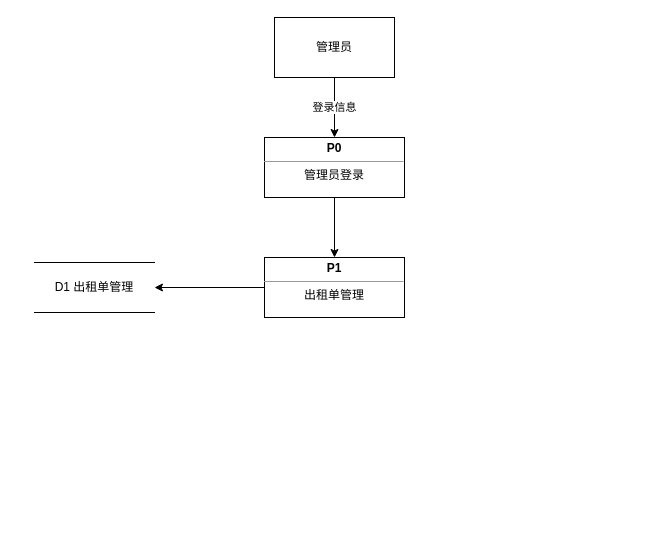
Before: 第0层数据流图.drawio in syc0403/syc0403, a draw.io diagram. Source tidied: cells renumbered, new cells numbered last; positions are measured from the earlier drawing's top-left corner, leaving out a move shared by most shapes. Both pictures are drawn from the tidied source at 100%, with x=0, y=0 at pixel (34, 17).
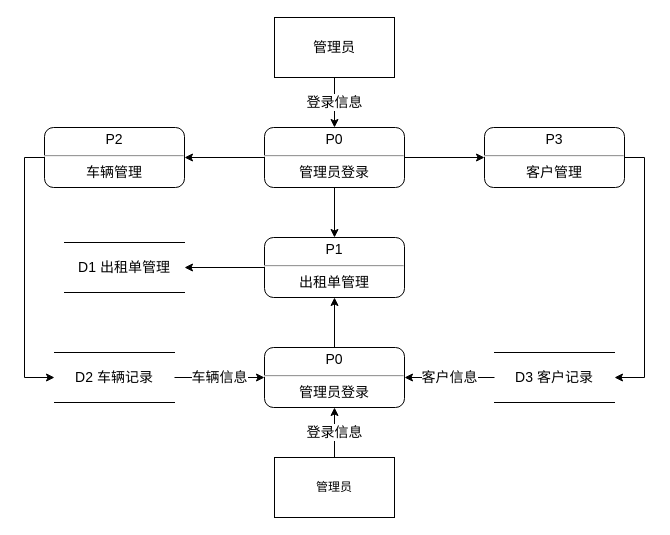
After the change.

Commit message:
更新第0层数据流图.drawio

What changed in the source:
```diff
@@
-    <mxCell id="2" value="登录信息" style="edgeStyle=orthogonalEdgeStyle;rounded=0;jettySize=auto;html=1;exitX=0.5;exitY=1;exitDx=0;exitDy=0;entryX=0.5;entryY=0;entryDx=0;entryDy=0;" parent="1" edge="1" source="3" target="5">
+    <mxCell id="2" value="登录信息" style="edgeStyle=orthogonalEdgeStyle;rounded=0;jettySize=auto;html=1;exitX=0.5;exitY=1;exitDx=0;exitDy=0;entryX=0.5;entryY=0;entryDx=0;entryDy=0;fontSize=14;fontStyle=0;" parent="1" edge="1" source="3" target="5">
       <mxGeometry relative="1" as="geometry" />
     </mxCell>
-    <mxCell id="3" value="管理员" style="rounded=0;whiteSpace=wrap;html=1;" parent="1" vertex="1">
+    <mxCell id="3" value="管理员" style="rounded=0;whiteSpace=wrap;html=1;fontSize=14;fontStyle=0;" parent="1" vertex="1">
       <mxGeometry x="240" width="120" height="60" as="geometry" />
     </mxCell>
-    <mxCell id="4" style="edgeStyle=orthogonalEdgeStyle;rounded=0;jettySize=auto;html=1;exitX=0.5;exitY=1;exitDx=0;exitDy=0;entryX=0.5;entryY=0;entryDx=0;entryDy=0;" parent="1" edge="1" source="5" target="7">
+    <mxCell id="4" style="edgeStyle=orthogonalEdgeStyle;rounded=0;jettySize=auto;html=1;exitX=0.5;exitY=1;exitDx=0;exitDy=0;entryX=0.5;entryY=0;entryDx=0;entryDy=0;fontSize=14;fontStyle=0;" parent="1" edge="1" source="5" target="7">
       <mxGeometry relative="1" as="geometry" />
     </mxCell>
+    <mxCell id="9" style="edgeStyle=orthogonalEdgeStyle;rounded=0;jettySize=auto;html=1;exitX=0;exitY=0.5;exitDx=0;exitDy=0;entryX=1;entryY=0.5;entryDx=0;entryDy=0;fontSize=14;fontStyle=0;" parent="1" edge="1" source="5" target="12">
+      <mxGeometry relative="1" as="geometry" />
+    </mxCell>
+    <mxCell id="10" style="edgeStyle=orthogonalEdgeStyle;rounded=0;jettySize=auto;html=1;exitX=1;exitY=0.5;exitDx=0;exitDy=0;entryX=0;entryY=0.5;entryDx=0;entryDy=0;fontSize=14;fontStyle=0;" parent="1" edge="1" source="5" target="20">
+      <mxGeometry relative="1" as="geometry" />
+    </mxCell>
-    <mxCell id="5" value="&lt;p style=&quot;margin: 4px 0px 0px;&quot;&gt;&lt;b&gt;P0&lt;/b&gt;&lt;/p&gt;&lt;hr size=&quot;1&quot;&gt;&lt;div style=&quot;height:2px;&quot;&gt;管理员登录&lt;/div&gt;" style="verticalAlign=top;align=center;overflow=fill;fontSize=12;fontFamily=Helvetica;html=1;whiteSpace=wrap;" parent="1" vertex="1">
-      <mxGeometry x="230" y="120" width="140" height="60" as="geometry" />
+    <mxCell id="5" value="&lt;p style=&quot;margin: 4px 0px 0px; font-size: 14px;&quot;&gt;&lt;span style=&quot;font-size: 14px;&quot;&gt;P0&lt;/span&gt;&lt;/p&gt;&lt;hr style=&quot;font-size: 14px;&quot;&gt;&lt;div style=&quot;height: 2px; font-size: 14px;&quot;&gt;管理员登录&lt;/div&gt;" style="verticalAlign=top;align=center;overflow=fill;fontSize=14;fontFamily=Helvetica;html=1;whiteSpace=wrap;fontStyle=0;rounded=1;" parent="1" vertex="1">
+      <mxGeometry x="230" y="110" width="140" height="60" as="geometry" />
     </mxCell>
-    <mxCell id="6" style="edgeStyle=orthogonalEdgeStyle;rounded=0;jettySize=auto;html=1;exitX=0;exitY=0.5;exitDx=0;exitDy=0;entryX=1;entryY=0.5;entryDx=0;entryDy=0;" parent="1" edge="1" source="7" target="8">
+    <mxCell id="6" style="edgeStyle=orthogonalEdgeStyle;rounded=0;jettySize=auto;html=1;exitX=0;exitY=0.5;exitDx=0;exitDy=0;entryX=1;entryY=0.5;entryDx=0;entryDy=0;fontSize=14;fontStyle=0;" parent="1" edge="1" source="7" target="8">
       <mxGeometry relative="1" as="geometry" />
     </mxCell>
-    <mxCell id="7" value="&lt;p style=&quot;margin: 4px 0px 0px;&quot;&gt;&lt;b&gt;P1&lt;/b&gt;&lt;/p&gt;&lt;hr size=&quot;1&quot;&gt;&lt;div style=&quot;height:2px;&quot;&gt;出租单管理&lt;/div&gt;" style="verticalAlign=top;align=center;overflow=fill;fontSize=12;fontFamily=Helvetica;html=1;whiteSpace=wrap;" parent="1" vertex="1">
-      <mxGeometry x="230" y="240" width="140" height="60" as="geometry" />
+    <mxCell id="7" value="&lt;p style=&quot;margin: 4px 0px 0px; font-size: 14px;&quot;&gt;&lt;span style=&quot;font-size: 14px;&quot;&gt;P1&lt;/span&gt;&lt;/p&gt;&lt;hr style=&quot;font-size: 14px;&quot;&gt;&lt;div style=&quot;height: 2px; font-size: 14px;&quot;&gt;出租单管理&lt;/div&gt;" style="verticalAlign=top;align=center;overflow=fill;fontSize=14;fontFamily=Helvetica;html=1;whiteSpace=wrap;fontStyle=0;rounded=1;" parent="1" vertex="1">
+      <mxGeometry x="230" y="220" width="140" height="60" as="geometry" />
     </mxCell>
-    <mxCell id="8" value="D1 出租单管理" style="shape=partialRectangle;whiteSpace=wrap;html=1;left=0;right=0;fillColor=none;" parent="1" vertex="1">
-      <mxGeometry y="245" width="120" height="50" as="geometry" />
+    <mxCell id="8" value="D1 出租单管理" style="shape=partialRectangle;whiteSpace=wrap;html=1;left=0;right=0;fillColor=none;fontSize=14;fontStyle=0;" parent="1" vertex="1">
+      <mxGeometry x="30" y="225" width="120" height="50" as="geometry" />
     </mxCell>
+    <mxCell id="11" style="edgeStyle=orthogonalEdgeStyle;rounded=0;jettySize=auto;html=1;exitX=0;exitY=0.5;exitDx=0;exitDy=0;entryX=0;entryY=0.5;entryDx=0;entryDy=0;fontSize=14;fontStyle=0;" parent="1" edge="1" source="12" target="14">
+      <mxGeometry relative="1" as="geometry" />
+    </mxCell>
+    <mxCell id="12" value="&lt;p style=&quot;margin: 4px 0px 0px; font-size: 14px;&quot;&gt;&lt;span style=&quot;font-size: 14px;&quot;&gt;P2&lt;/span&gt;&lt;/p&gt;&lt;hr style=&quot;font-size: 14px;&quot;&gt;&lt;div style=&quot;height: 2px; font-size: 14px;&quot;&gt;车辆管理&lt;/div&gt;" style="verticalAlign=top;align=center;overflow=fill;fontSize=14;fontFamily=Helvetica;html=1;whiteSpace=wrap;fontStyle=0;rounded=1;" parent="1" vertex="1">
+      <mxGeometry x="10" y="110" width="140" height="60" as="geometry" />
+    </mxCell>
+    <mxCell id="13" value="车辆信息" style="edgeStyle=orthogonalEdgeStyle;rounded=0;jettySize=auto;html=1;exitX=1;exitY=0.5;exitDx=0;exitDy=0;entryX=0;entryY=0.5;entryDx=0;entryDy=0;fontSize=14;fontStyle=0;" parent="1" edge="1" source="14" target="16">
+      <mxGeometry relative="1" as="geometry" />
+    </mxCell>
+    <mxCell id="14" value="D2 车辆记录" style="shape=partialRectangle;whiteSpace=wrap;html=1;left=0;right=0;fillColor=none;fontSize=14;fontStyle=0;" parent="1" vertex="1">
+      <mxGeometry x="20" y="335" width="120" height="50" as="geometry" />
+    </mxCell>
+    <mxCell id="15" style="edgeStyle=orthogonalEdgeStyle;rounded=0;jettySize=auto;html=1;exitX=0.5;exitY=0;exitDx=0;exitDy=0;entryX=0.5;entryY=1;entryDx=0;entryDy=0;fontSize=14;fontStyle=0;" parent="1" edge="1" source="16" target="7">
+      <mxGeometry relative="1" as="geometry" />
+    </mxCell>
+    <mxCell id="16" value="&lt;p style=&quot;margin: 4px 0px 0px; font-size: 14px;&quot;&gt;&lt;span style=&quot;font-size: 14px;&quot;&gt;P0&lt;/span&gt;&lt;/p&gt;&lt;hr style=&quot;font-size: 14px;&quot;&gt;&lt;div style=&quot;height: 2px; font-size: 14px;&quot;&gt;管理员登录&lt;/div&gt;" style="verticalAlign=top;align=center;overflow=fill;fontSize=14;fontFamily=Helvetica;html=1;whiteSpace=wrap;fontStyle=0;rounded=1;" parent="1" vertex="1">
+      <mxGeometry x="230" y="330" width="140" height="60" as="geometry" />
+    </mxCell>
+    <mxCell id="17" value="登录信息" style="edgeStyle=orthogonalEdgeStyle;rounded=0;jettySize=auto;html=1;exitX=0.5;exitY=0;exitDx=0;exitDy=0;entryX=0.5;entryY=1;entryDx=0;entryDy=0;fontSize=14;fontStyle=0;" parent="1" edge="1" source="18" target="16">
+      <mxGeometry relative="1" as="geometry" />
+    </mxCell>
+    <mxCell id="18" value="管理员" style="rounded=0;whiteSpace=wrap;html=1;" parent="1" vertex="1">
+      <mxGeometry x="240" y="440" width="120" height="60" as="geometry" />
+    </mxCell>
+    <mxCell id="19" style="edgeStyle=orthogonalEdgeStyle;rounded=0;jettySize=auto;html=1;exitX=1;exitY=0.5;exitDx=0;exitDy=0;entryX=1;entryY=0.5;entryDx=0;entryDy=0;fontSize=14;fontStyle=0;" parent="1" edge="1" source="20" target="22">
+      <mxGeometry relative="1" as="geometry" />
+    </mxCell>
+    <mxCell id="20" value="&lt;p style=&quot;margin: 4px 0px 0px; font-size: 14px;&quot;&gt;&lt;span style=&quot;font-size: 14px;&quot;&gt;P3&lt;/span&gt;&lt;/p&gt;&lt;hr style=&quot;font-size: 14px;&quot;&gt;&lt;div style=&quot;height: 2px; font-size: 14px;&quot;&gt;客户管理&lt;/div&gt;" style="verticalAlign=top;align=center;overflow=fill;fontSize=14;fontFamily=Helvetica;html=1;whiteSpace=wrap;fontStyle=0;rounded=1;" parent="1" vertex="1">
+      <mxGeometry x="450" y="110" width="140" height="60" as="geometry" />
+    </mxCell>
+    <mxCell id="21" value="客户信息" style="edgeStyle=orthogonalEdgeStyle;rounded=0;jettySize=auto;html=1;exitX=0;exitY=0.5;exitDx=0;exitDy=0;entryX=1;entryY=0.5;entryDx=0;entryDy=0;fontSize=14;fontStyle=0;" parent="1" edge="1" source="22" target="16">
+      <mxGeometry relative="1" as="geometry" />
+    </mxCell>
+    <mxCell id="22" value="D3 客户记录" style="shape=partialRectangle;whiteSpace=wrap;html=1;left=0;right=0;fillColor=none;fontSize=14;fontStyle=0;" parent="1" vertex="1">
+      <mxGeometry x="460" y="335" width="120" height="50" as="geometry" />
+    </mxCell>
```
